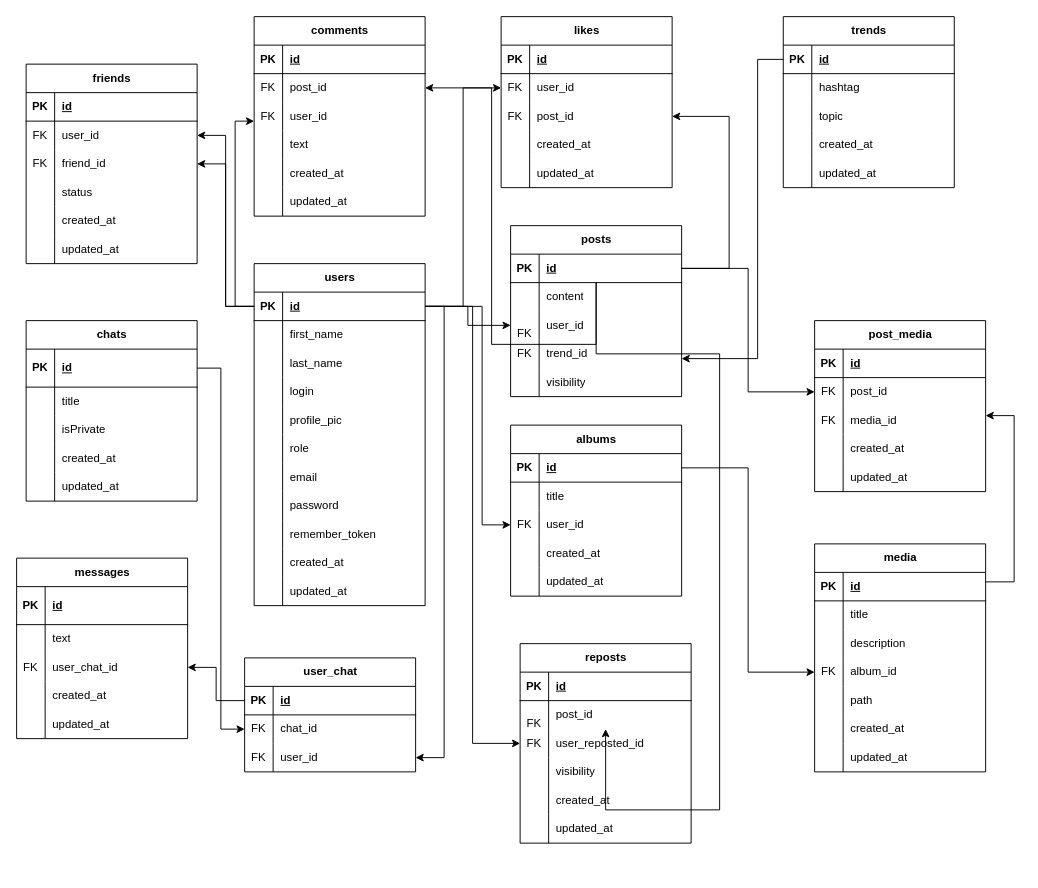
Earlier version of the draw.io diagram pretedent.drawio (abobandit/diagrams). Source tidied: cells renumbered, new cells numbered last; positions are measured from the earlier drawing's top-left corner, leaving out a move shared by most shapes. Both pictures are drawn from the tidied source at 95%, with x=0, y=0 at pixel (16, 16).
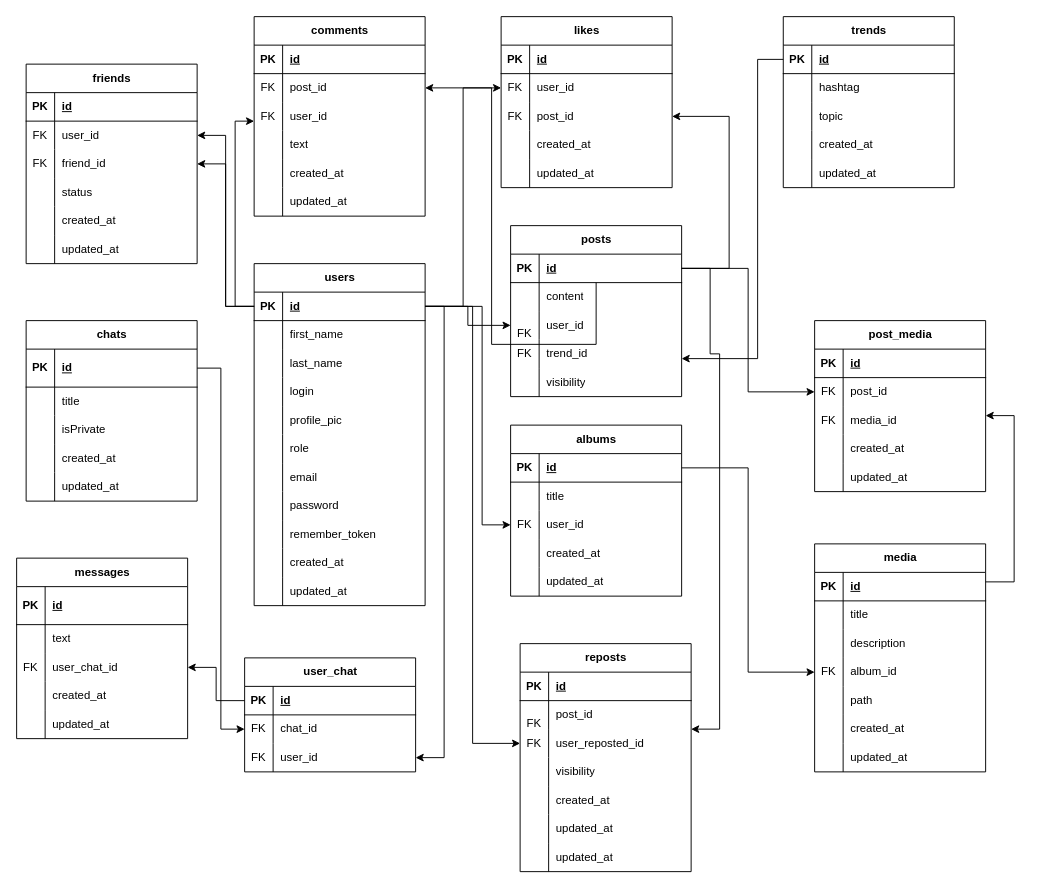
The same page after the edit.

Unchanged cells that the change refers to:
```xml
<mxCell id="82" style="shape=tableRow;horizontal=0;startSize=0;swimlaneHead=0;swimlaneBody=0;fillColor=none;points=[[0,0.5],[1,0.5]];portConstraint=eastwest;top=0;left=0;right=0;bottom=1;" parent="81" vertex="1">
  <mxGeometry y="30" width="180" height="30" as="geometry" />
</mxCell>
<mxCell id="206" style="shape=tableRow;horizontal=0;startSize=0;swimlaneHead=0;swimlaneBody=0;fillColor=none;points=[[0,0.5],[1,0.5]];portConstraint=eastwest;top=0;left=0;right=0;bottom=0;" parent="202" vertex="1">
  <mxGeometry y="60" width="180" height="30" as="geometry" />
</mxCell>
```

Change to the diagram source:
```diff
@@
     <mxCell id="202" value="reposts" style="shape=table;startSize=30;childLayout=tableLayout;rowLines=0;fontStyle=1;align=center;html=1;" parent="1" vertex="1">
-      <mxGeometry x="530" y="660" width="180" height="210" as="geometry" />
+      <mxGeometry x="530" y="660" width="180" height="240" as="geometry" />
     </mxCell>
@@
+    <mxCell id="254" style="shape=tableRow;horizontal=0;startSize=0;swimlaneHead=0;swimlaneBody=0;fillColor=none;top=0;left=0;right=0;bottom=0;" parent="202" vertex="1">
+      <mxGeometry y="210" width="180" height="30" as="geometry" />
+    </mxCell>
+    <mxCell id="255" style="shape=partialRectangle;fillColor=none;top=0;left=0;bottom=0;right=0;overflow=hidden;whiteSpace=wrap;html=1;" parent="254" vertex="1">
+      <mxGeometry width="30" height="30" as="geometry" />
+    </mxCell>
+    <mxCell id="256" value="updated_at" style="shape=partialRectangle;fillColor=none;top=0;left=0;bottom=0;right=0;align=left;spacingLeft=6;overflow=hidden;whiteSpace=wrap;html=1;" parent="254" vertex="1">
+      <mxGeometry x="30" width="150" height="30" as="geometry" />
+    </mxCell>
@@
     <mxCell id="225" style="edgeStyle=orthogonalEdgeStyle;rounded=0;jettySize=auto;html=1;" parent="1" edge="1" source="82" target="206">
       <mxGeometry relative="1" as="geometry">
         <Array as="points">
+          <mxPoint x="730" y="265" />
+          <mxPoint x="730" y="355" />
           <mxPoint x="740" y="355" />
-          <mxPoint x="740" y="835" />
+          <mxPoint x="740" y="750" />
         </Array>
       </mxGeometry>
     </mxCell>
```
